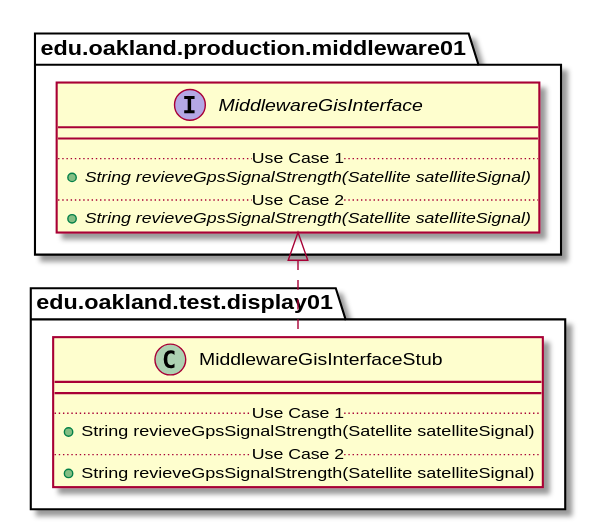
andrewdimmer/csi-3370-software-project keeps this PlantUML diagram as docs/uml-class-diagrams/display01/test/MiddlewareGisInterfaceStub/MiddlewareGisInterfaceStub_DirectDependencies.svg. Above is the earlier version.
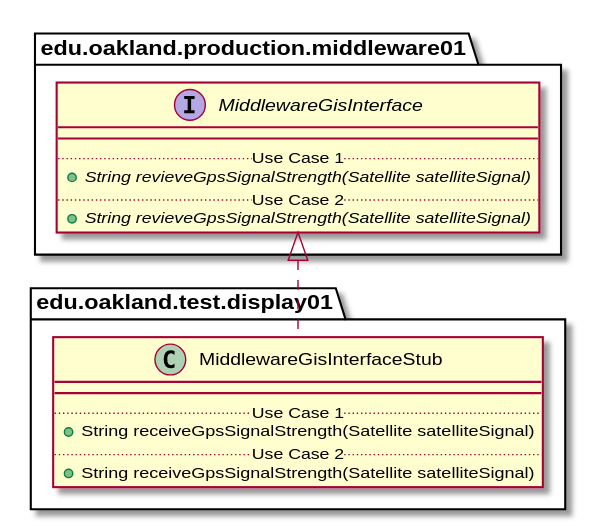
Above is the later version.

What changed in the source:
```diff
@@ -5,9 +5,9 @@
     class MiddlewareGisInterfaceStub {
         __
         .. Use Case 1 ..
-        + String revieveGpsSignalStrength(Satellite satelliteSignal)
+        + String receiveGpsSignalStrength(Satellite satelliteSignal)
         .. Use Case 2 ..
-        + String revieveGpsSignalStrength(Satellite satelliteSignal)
+        + String receiveGpsSignalStrength(Satellite satelliteSignal)
     }
 }
 
```
